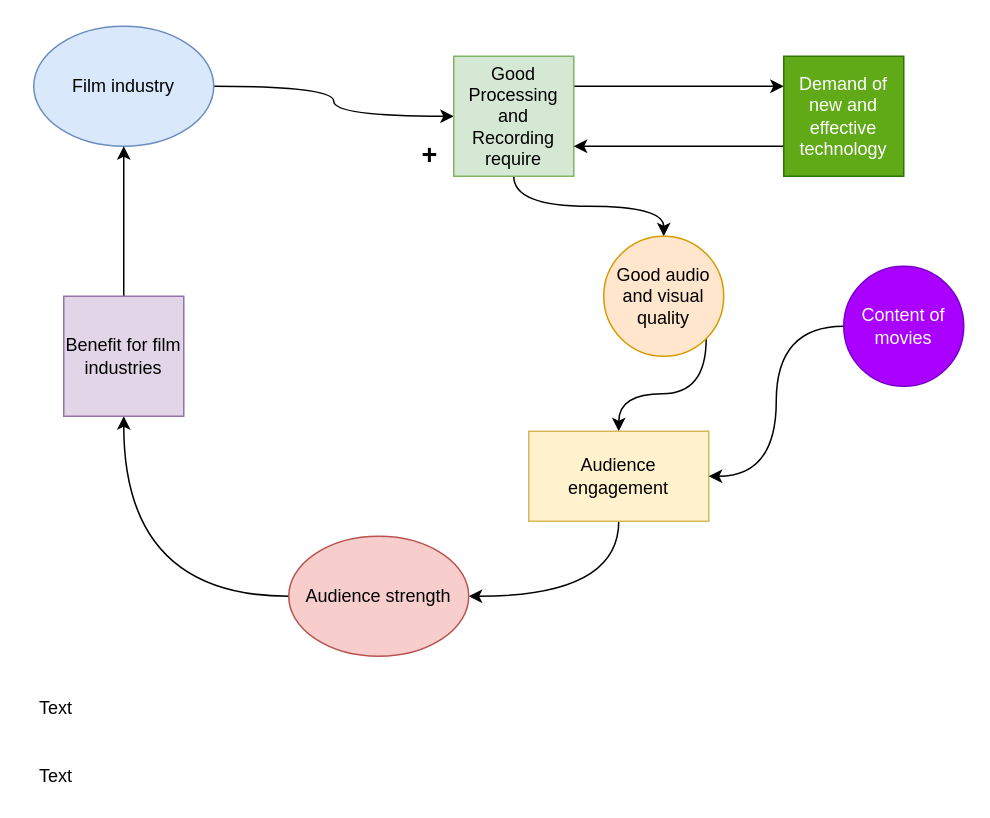
The draw.io diagram feedback_loop_t_2.drawio in mkmishra2000/manas, before the edit. Source tidied: cells renumbered, new cells numbered last; positions are measured from the earlier drawing's top-left corner, leaving out a move shared by most shapes. Both pictures are drawn from the tidied source at 150%, with x=0, y=0 at pixel (26, 26).
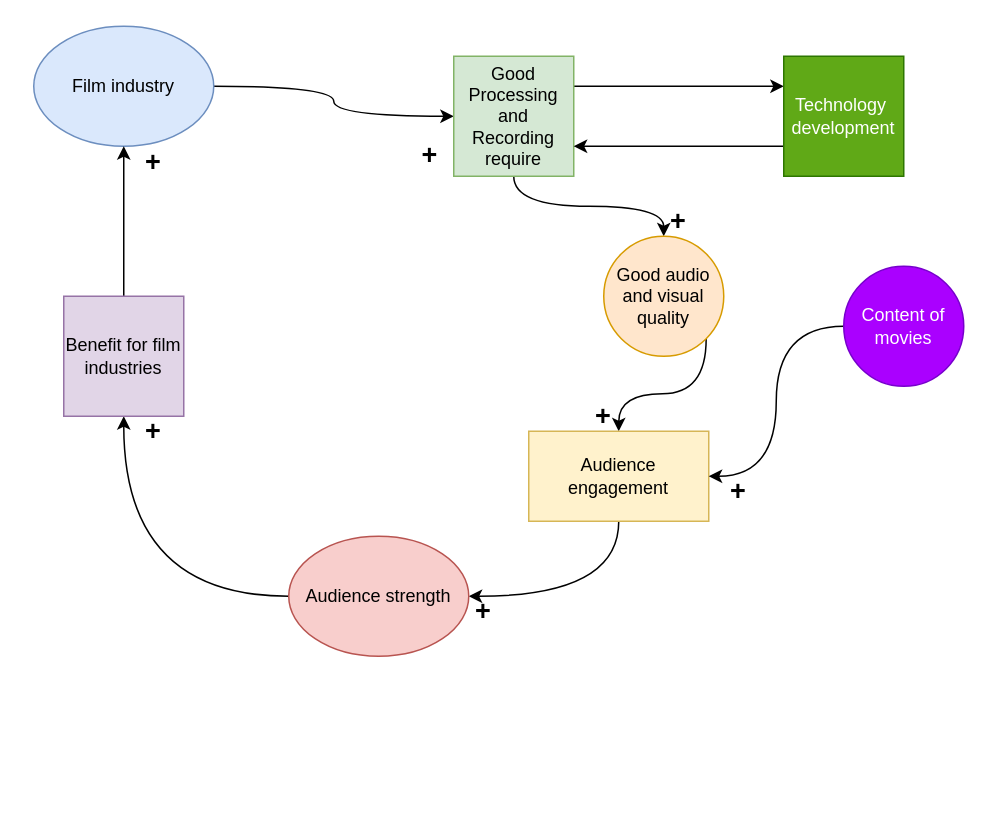
After the change.

The edit, as a diff of the source:
```diff
@@
-    <mxCell id="10" value="Demand of new and effective technology" style="whiteSpace=wrap;html=1;fillColor=#60a917;strokeColor=#2D7600;fontColor=#ffffff;" parent="1" vertex="1">
+    <mxCell id="10" value="Technology&amp;nbsp;&lt;br&gt;development" style="whiteSpace=wrap;html=1;fillColor=#60a917;strokeColor=#2D7600;fontColor=#ffffff;" parent="1" vertex="1">
       <mxGeometry x="505" y="20" width="80" height="80" as="geometry" />
     </mxCell>
@@
-    <mxCell id="19" value="Text" style="text;html=1;strokeColor=none;fillColor=none;align=center;verticalAlign=middle;whiteSpace=wrap;rounded=0;" parent="1" vertex="1">
-      <mxGeometry y="445" width="40" height="20" as="geometry" />
-    </mxCell>
@@
-    <mxCell id="21" value="Text" style="text;html=1;strokeColor=none;fillColor=none;align=center;verticalAlign=middle;whiteSpace=wrap;rounded=0;" parent="1" vertex="1">
-      <mxGeometry y="490" width="40" height="20" as="geometry" />
-    </mxCell>
+    <mxCell id="22" value="&lt;b&gt;&lt;font style=&quot;font-size: 18px&quot;&gt;+&lt;/font&gt;&lt;/b&gt;" style="text;html=1;strokeColor=none;fillColor=none;align=center;verticalAlign=middle;whiteSpace=wrap;rounded=0;" parent="1" vertex="1">
+      <mxGeometry x="415" y="120" width="40" height="20" as="geometry" />
+    </mxCell>
+    <mxCell id="23" value="&lt;b&gt;&lt;font style=&quot;font-size: 18px&quot;&gt;+&lt;/font&gt;&lt;/b&gt;" style="text;html=1;strokeColor=none;fillColor=none;align=center;verticalAlign=middle;whiteSpace=wrap;rounded=0;" parent="1" vertex="1">
+      <mxGeometry x="365" y="250" width="40" height="20" as="geometry" />
+    </mxCell>
+    <mxCell id="24" value="&lt;b&gt;&lt;font style=&quot;font-size: 18px&quot;&gt;+&lt;/font&gt;&lt;/b&gt;" style="text;html=1;strokeColor=none;fillColor=none;align=center;verticalAlign=middle;whiteSpace=wrap;rounded=0;" parent="1" vertex="1">
+      <mxGeometry x="455" y="300" width="40" height="20" as="geometry" />
+    </mxCell>
+    <mxCell id="25" value="&lt;b&gt;&lt;font style=&quot;font-size: 18px&quot;&gt;+&lt;/font&gt;&lt;/b&gt;" style="text;html=1;strokeColor=none;fillColor=none;align=center;verticalAlign=middle;whiteSpace=wrap;rounded=0;" parent="1" vertex="1">
+      <mxGeometry x="285" y="380" width="40" height="20" as="geometry" />
+    </mxCell>
+    <mxCell id="26" value="&lt;b&gt;&lt;font style=&quot;font-size: 18px&quot;&gt;+&lt;/font&gt;&lt;/b&gt;" style="text;html=1;strokeColor=none;fillColor=none;align=center;verticalAlign=middle;whiteSpace=wrap;rounded=0;" parent="1" vertex="1">
+      <mxGeometry x="65" y="260" width="40" height="20" as="geometry" />
+    </mxCell>
+    <mxCell id="27" value="&lt;b&gt;&lt;font style=&quot;font-size: 18px&quot;&gt;+&lt;/font&gt;&lt;/b&gt;" style="text;html=1;strokeColor=none;fillColor=none;align=center;verticalAlign=middle;whiteSpace=wrap;rounded=0;" parent="1" vertex="1">
+      <mxGeometry x="65" y="80.5" width="40" height="20" as="geometry" />
+    </mxCell>
```
